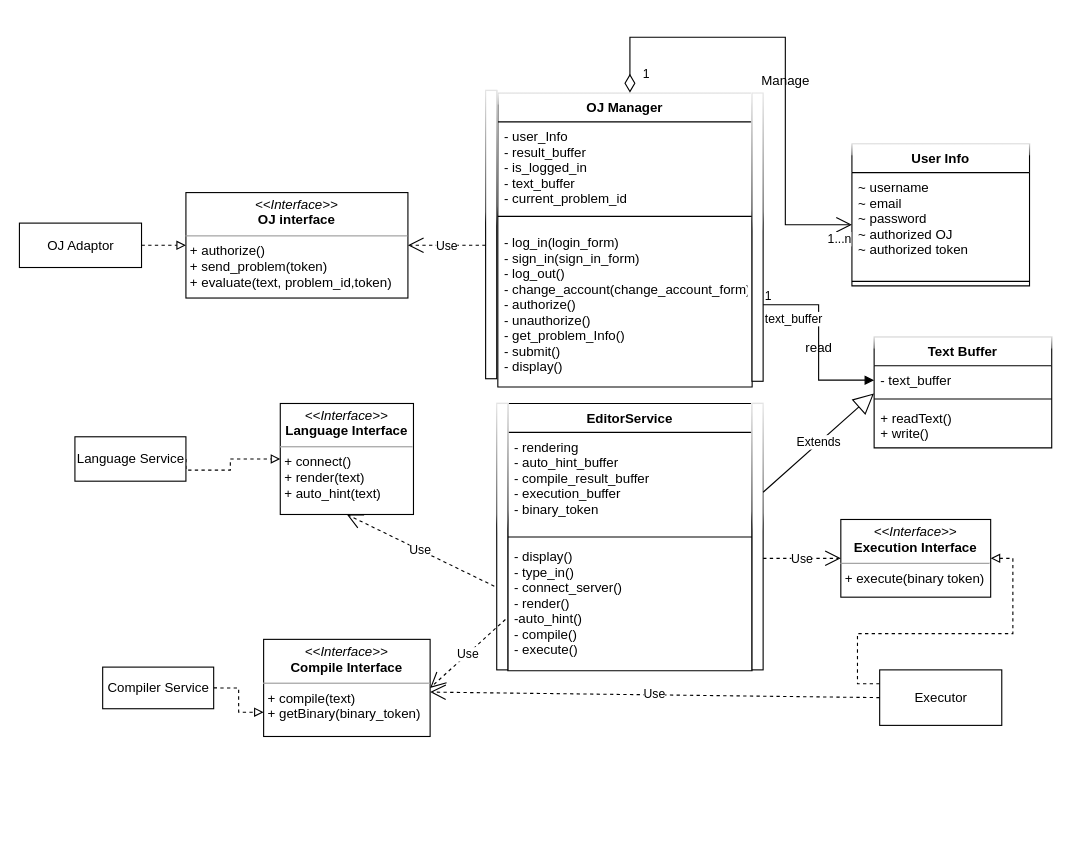
This is OOA_classGraph.drawio from gulang2019/ClaviCode-UML, a draw.io file, before an edit. Source tidied: cells renumbered, new cells numbered last; positions are measured from the earlier drawing's top-left corner, leaving out a move shared by most shapes. Both pictures are drawn from the tidied source at 111%, with x=0, y=0 at pixel (19, 37).
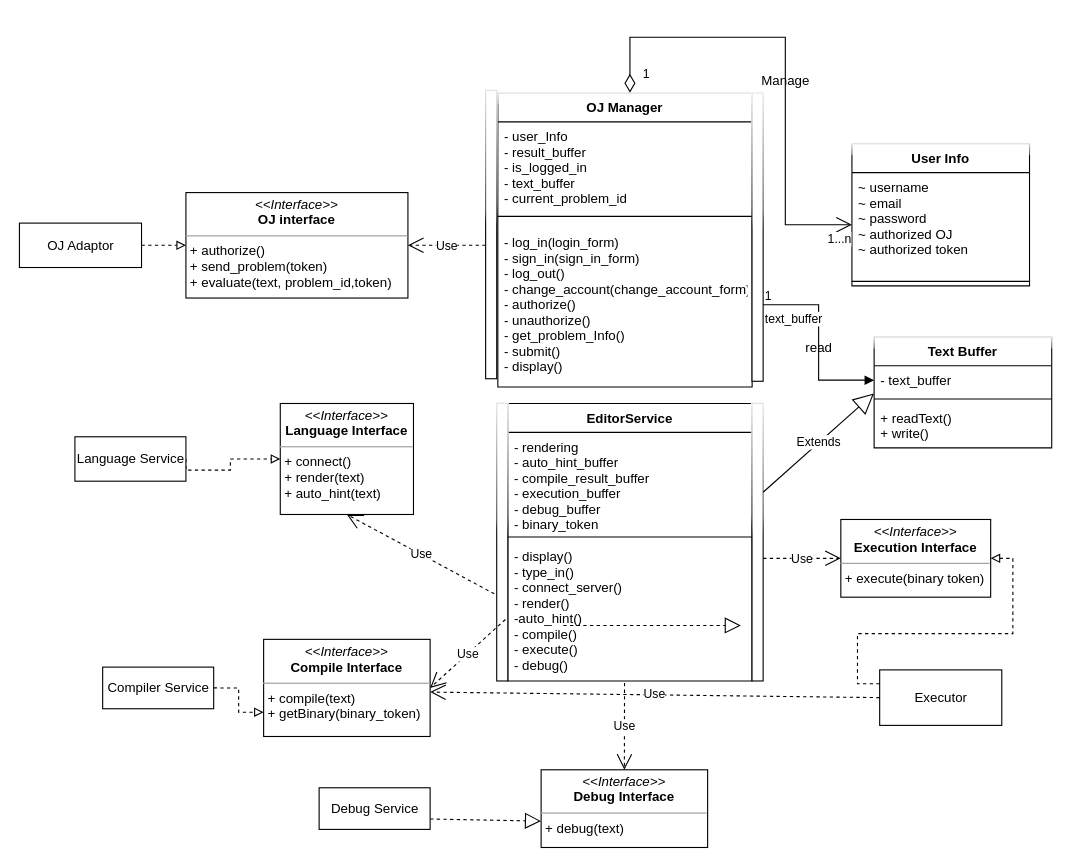
After the change.

The edit, as a diff of the source:
```diff
@@
     <mxCell id="17" style="group;" parent="1" vertex="1">
-      <mxGeometry x="430" y="330" width="240" height="240" as="geometry" />
+      <mxGeometry x="430" y="330" width="240" height="250" as="geometry" />
     </mxCell>
     <mxCell id="18" value="EditorService" style="swimlane;fontStyle=1;align=center;verticalAlign=top;horizontal=1;startSize=26;" parent="17" vertex="1">
-      <mxGeometry x="10" width="220" height="240.8" as="geometry" />
+      <mxGeometry x="10" width="220" height="250" as="geometry" />
     </mxCell>
-    <mxCell id="19" value="- rendering&#10;- auto_hint_buffer&#10;- compile_result_buffer&#10;- execution_buffer&#10;- binary_token" style="text;strokeColor=none;fillColor=none;align=left;verticalAlign=top;spacingLeft=4;spacingRight=4;overflow=hidden;" parent="18" vertex="1">
+    <mxCell id="19" value="- rendering&#10;- auto_hint_buffer&#10;- compile_result_buffer&#10;- execution_buffer&#10;- debug_buffer&#10;- binary_token" style="text;strokeColor=none;fillColor=none;align=left;verticalAlign=top;spacingLeft=4;spacingRight=4;overflow=hidden;" parent="18" vertex="1">
       <mxGeometry y="26" width="220" height="90" as="geometry" />
     </mxCell>
@@
-    <mxCell id="21" value="- display()&#10;- type_in()&#10;- connect_server()&#10;- render()&#10;-auto_hint()&#10;- compile()&#10;- execute()" style="text;strokeColor=none;fillColor=none;align=left;verticalAlign=top;spacingLeft=4;spacingRight=4;overflow=hidden;points=[[0,0.5],[1,0.5]];portConstraint=eastwest;" parent="18" vertex="1">
-      <mxGeometry y="124.5" width="220" height="116.2" as="geometry" />
+    <mxCell id="21" value="- display()&#10;- type_in()&#10;- connect_server()&#10;- render()&#10;-auto_hint()&#10;- compile()&#10;- execute()&#10;- debug()" style="text;strokeColor=none;fillColor=none;align=left;verticalAlign=top;spacingLeft=4;spacingRight=4;overflow=hidden;points=[[0,0.5],[1,0.5]];portConstraint=eastwest;" parent="18" vertex="1">
+      <mxGeometry y="124.5" width="220" height="125.5" as="geometry" />
     </mxCell>
     <mxCell id="22" style="html=1;points=[];perimeter=orthogonalPerimeter;glass=1;verticalAlign=middle;" parent="17" vertex="1">
-      <mxGeometry width="10" height="240" as="geometry" />
+      <mxGeometry width="10" height="250" as="geometry" />
     </mxCell>
     <mxCell id="23" style="html=1;points=[];perimeter=orthogonalPerimeter;glass=1;verticalAlign=middle;" parent="17" vertex="1">
-      <mxGeometry x="230" width="10" height="240" as="geometry" />
+      <mxGeometry x="230" width="10" height="250" as="geometry" />
     </mxCell>
@@
+    <mxCell id="48" value="Debug Service" style="html=1;" parent="1" vertex="1">
+      <mxGeometry x="270" y="676.2" width="100" height="37.5" as="geometry" />
+    </mxCell>
+    <mxCell id="49" value="&lt;p style=&quot;margin: 0px ; margin-top: 4px ; text-align: center&quot;&gt;&lt;i&gt;&amp;lt;&amp;lt;Interface&amp;gt;&amp;gt;&lt;/i&gt;&lt;br&gt;&lt;b&gt;Debug Interface&lt;/b&gt;&lt;/p&gt;&lt;hr size=&quot;1&quot;&gt;&lt;p style=&quot;margin: 0px ; margin-left: 4px&quot;&gt;+ debug(text)&lt;/p&gt;&lt;p style=&quot;margin: 0px ; margin-left: 4px&quot;&gt;&lt;br&gt;&lt;/p&gt;" style="verticalAlign=top;align=left;overflow=fill;fontSize=12;fontFamily=Helvetica;html=1;" parent="1" vertex="1">
+      <mxGeometry x="470" y="660" width="150" height="70" as="geometry" />
+    </mxCell>
+    <mxCell id="50" value="Use" style="endArrow=open;endSize=12;dashed=1;html=1;rounded=0;exitX=0.478;exitY=1.014;exitDx=0;exitDy=0;exitPerimeter=0;entryX=0.5;entryY=0;entryDx=0;entryDy=0;" parent="1" edge="1" source="21" target="49">
+      <mxGeometry relative="1" as="geometry" />
+    </mxCell>
+    <mxCell id="51" style="endArrow=block;dashed=1;endFill=0;endSize=12;html=1;rounded=0;" parent="1" edge="1">
+      <mxGeometry relative="1" as="geometry">
+        <mxPoint x="490" y="530" as="sourcePoint" />
+        <mxPoint x="650" y="530" as="targetPoint" />
+      </mxGeometry>
+    </mxCell>
+    <mxCell id="52" style="endArrow=block;dashed=1;endFill=0;endSize=12;html=1;rounded=0;exitX=1;exitY=0.75;exitDx=0;exitDy=0;entryX=0;entryY=0.661;entryDx=0;entryDy=0;entryPerimeter=0;" parent="1" edge="1" source="48" target="49">
+      <mxGeometry relative="1" as="geometry" />
+    </mxCell>
```
